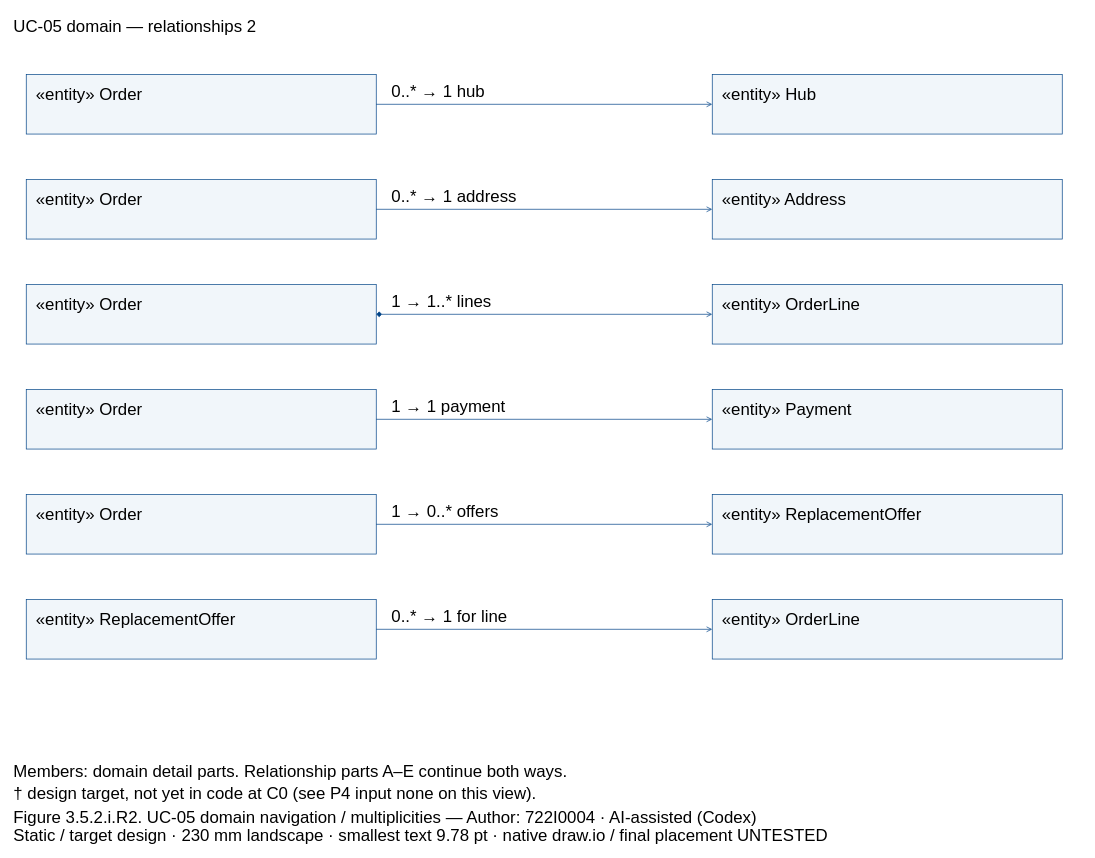
This is models/UC-05/dcd_uc05_domain_links_PartB.drawio from Dat071104/SaigonBite, a draw.io file, before an edit. Source tidied: cells renumbered, new cells numbered last; positions are measured from the earlier drawing's top-left corner, leaving out a move shared by most shapes. Both pictures are drawn from the tidied source at 70%, with x=0, y=0 at pixel (12, 12).
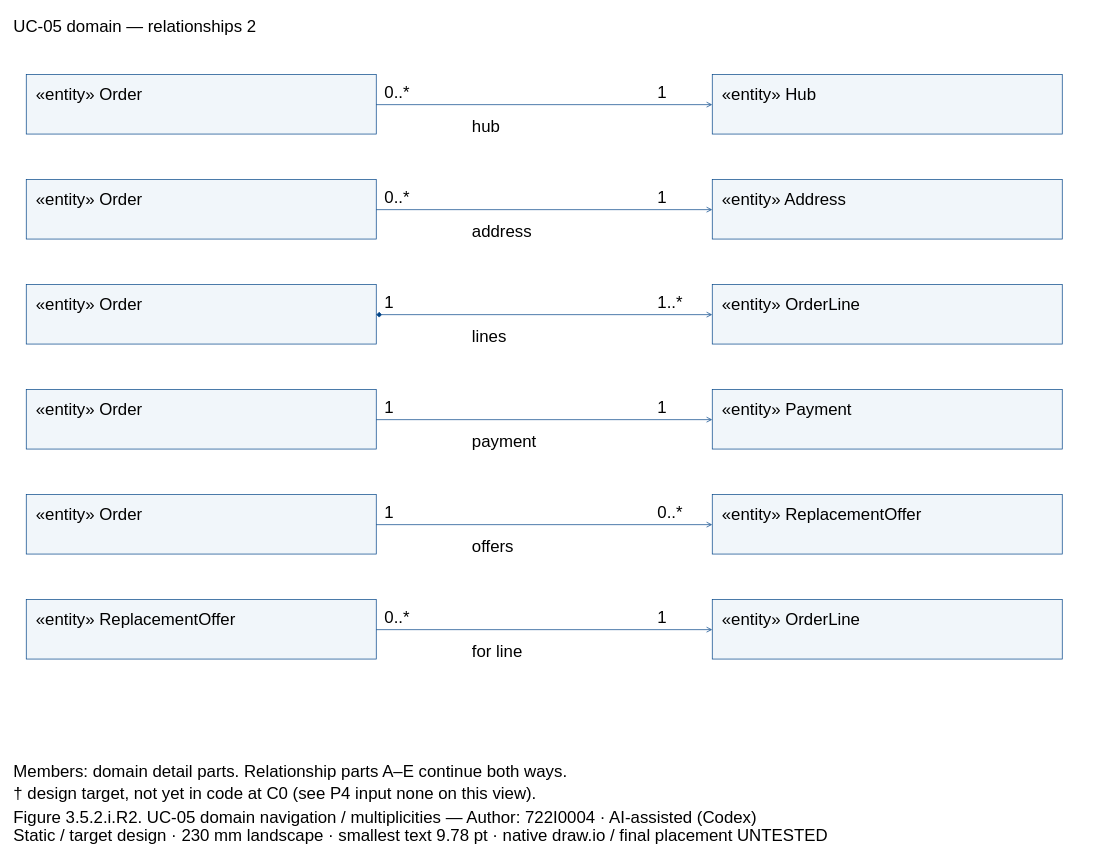
The same page after the edit.

The change refers to these unchanged cells:
```xml
<mxCell id="3" style="fillColor=#F1F6FA;strokeColor=#004387;fontFamily=Arial;fontSize=24;whiteSpace=wrap;html=0;" parent="1" vertex="1">
  <mxGeometry x="20" y="89" width="500" height="85" as="geometry" />
</mxCell>
<mxCell id="5" style="fillColor=#F1F6FA;strokeColor=#004387;fontFamily=Arial;fontSize=24;whiteSpace=wrap;html=0;" parent="1" vertex="1">
  <mxGeometry x="1000" y="89" width="500" height="85" as="geometry" />
</mxCell>
<mxCell id="7" style="fillColor=#F1F6FA;strokeColor=#004387;fontFamily=Arial;fontSize=24;whiteSpace=wrap;html=0;" parent="1" vertex="1">
  <mxGeometry x="20" y="239" width="500" height="85" as="geometry" />
</mxCell>
<mxCell id="9" style="fillColor=#F1F6FA;strokeColor=#004387;fontFamily=Arial;fontSize=24;whiteSpace=wrap;html=0;" parent="1" vertex="1">
  <mxGeometry x="1000" y="239" width="500" height="85" as="geometry" />
</mxCell>
<mxCell id="11" style="fillColor=#F1F6FA;strokeColor=#004387;fontFamily=Arial;fontSize=24;whiteSpace=wrap;html=0;" parent="1" vertex="1">
  <mxGeometry x="20" y="389" width="500" height="85" as="geometry" />
</mxCell>
<mxCell id="13" style="fillColor=#F1F6FA;strokeColor=#004387;fontFamily=Arial;fontSize=24;whiteSpace=wrap;html=0;" parent="1" vertex="1">
  <mxGeometry x="1000" y="389" width="500" height="85" as="geometry" />
</mxCell>
<mxCell id="15" style="fillColor=#F1F6FA;strokeColor=#004387;fontFamily=Arial;fontSize=24;whiteSpace=wrap;html=0;" parent="1" vertex="1">
  <mxGeometry x="20" y="539" width="500" height="85" as="geometry" />
</mxCell>
<mxCell id="17" style="fillColor=#F1F6FA;strokeColor=#004387;fontFamily=Arial;fontSize=24;whiteSpace=wrap;html=0;" parent="1" vertex="1">
  <mxGeometry x="1000" y="539" width="500" height="85" as="geometry" />
</mxCell>
<mxCell id="19" style="fillColor=#F1F6FA;strokeColor=#004387;fontFamily=Arial;fontSize=24;whiteSpace=wrap;html=0;" parent="1" vertex="1">
  <mxGeometry x="20" y="689" width="500" height="85" as="geometry" />
</mxCell>
<mxCell id="21" style="fillColor=#F1F6FA;strokeColor=#004387;fontFamily=Arial;fontSize=24;whiteSpace=wrap;html=0;" parent="1" vertex="1">
  <mxGeometry x="1000" y="689" width="500" height="85" as="geometry" />
</mxCell>
<mxCell id="23" style="fillColor=#F1F6FA;strokeColor=#004387;fontFamily=Arial;fontSize=24;whiteSpace=wrap;html=0;" parent="1" vertex="1">
  <mxGeometry x="20" y="839" width="500" height="85" as="geometry" />
</mxCell>
<mxCell id="25" style="fillColor=#F1F6FA;strokeColor=#004387;fontFamily=Arial;fontSize=24;whiteSpace=wrap;html=0;" parent="1" vertex="1">
  <mxGeometry x="1000" y="839" width="500" height="85" as="geometry" />
</mxCell>
```

What changed in the source:
```diff
@@
-    <mxCell id="27" style="edgeStyle=none;endArrow=open;strokeColor=#004387;" parent="1" edge="1" source="3" target="5">
+    <mxCell id="27" style="edgeStyle=none;endArrow=open;endFill=0;strokeColor=#004387;exitX=1.0;exitY=0.5058823529411764;exitPerimeter=0;entryX=0.0;entryY=0.5058823529411764;entryPerimeter=0;" parent="1" edge="1" source="3" target="5">
       <mxGeometry relative="1" as="geometry" />
     </mxCell>
-    <mxCell id="28" value="0..* → 1 hub" style="text;align=left;verticalAlign=top;strokeColor=none;fillColor=none;fontFamily=Arial;fontSize=24;whiteSpace=wrap;html=0;" parent="1" vertex="1">
-      <mxGeometry x="540" y="93" width="440" height="27.6" as="geometry" />
-    </mxCell>
+    <mxCell id="43" value="0..*" style="text;align=left;verticalAlign=top;strokeColor=none;fillColor=none;fontFamily=Arial;fontSize=24;whiteSpace=wrap;html=0;" parent="1" vertex="1">
+      <mxGeometry x="530" y="94" width="70" height="27.6" as="geometry" />
+    </mxCell>
+    <mxCell id="44" value="1" style="text;align=left;verticalAlign=top;strokeColor=none;fillColor=none;fontFamily=Arial;fontSize=24;whiteSpace=wrap;html=0;" parent="1" vertex="1">
+      <mxGeometry x="920" y="94" width="70" height="27.6" as="geometry" />
+    </mxCell>
+    <mxCell id="45" value="hub" style="text;align=left;verticalAlign=top;strokeColor=none;fillColor=none;fontFamily=Arial;fontSize=24;whiteSpace=wrap;html=0;" parent="1" vertex="1">
+      <mxGeometry x="655" y="142" width="330" height="27.6" as="geometry" />
+    </mxCell>
-    <mxCell id="29" style="edgeStyle=none;endArrow=open;strokeColor=#004387;" parent="1" edge="1" source="7" target="9">
+    <mxCell id="29" style="edgeStyle=none;endArrow=open;endFill=0;strokeColor=#004387;exitX=1.0;exitY=0.5058823529411764;exitPerimeter=0;entryX=0.0;entryY=0.5058823529411764;entryPerimeter=0;" parent="1" edge="1" source="7" target="9">
       <mxGeometry relative="1" as="geometry" />
     </mxCell>
-    <mxCell id="30" value="0..* → 1 address" style="text;align=left;verticalAlign=top;strokeColor=none;fillColor=none;fontFamily=Arial;fontSize=24;whiteSpace=wrap;html=0;" parent="1" vertex="1">
-      <mxGeometry x="540" y="243" width="440" height="27.6" as="geometry" />
-    </mxCell>
+    <mxCell id="46" value="0..*" style="text;align=left;verticalAlign=top;strokeColor=none;fillColor=none;fontFamily=Arial;fontSize=24;whiteSpace=wrap;html=0;" parent="1" vertex="1">
+      <mxGeometry x="530" y="244" width="70" height="27.6" as="geometry" />
+    </mxCell>
+    <mxCell id="47" value="1" style="text;align=left;verticalAlign=top;strokeColor=none;fillColor=none;fontFamily=Arial;fontSize=24;whiteSpace=wrap;html=0;" parent="1" vertex="1">
+      <mxGeometry x="920" y="244" width="70" height="27.6" as="geometry" />
+    </mxCell>
+    <mxCell id="48" value="address" style="text;align=left;verticalAlign=top;strokeColor=none;fillColor=none;fontFamily=Arial;fontSize=24;whiteSpace=wrap;html=0;" parent="1" vertex="1">
+      <mxGeometry x="655" y="292" width="330" height="27.6" as="geometry" />
+    </mxCell>
-    <mxCell id="31" style="edgeStyle=none;endArrow=open;startArrow=diamond;startFill=1;strokeColor=#004387;" parent="1" edge="1" source="11" target="13">
+    <mxCell id="31" style="edgeStyle=none;endArrow=open;endFill=0;startArrow=diamond;startFill=1;strokeColor=#004387;exitX=1.0;exitY=0.5058823529411764;exitPerimeter=0;entryX=0.0;entryY=0.5058823529411764;entryPerimeter=0;" parent="1" edge="1" source="11" target="13">
       <mxGeometry relative="1" as="geometry" />
     </mxCell>
-    <mxCell id="32" value="1 → 1..* lines" style="text;align=left;verticalAlign=top;strokeColor=none;fillColor=none;fontFamily=Arial;fontSize=24;whiteSpace=wrap;html=0;" parent="1" vertex="1">
-      <mxGeometry x="540" y="393" width="440" height="27.6" as="geometry" />
-    </mxCell>
+    <mxCell id="49" value="1" style="text;align=left;verticalAlign=top;strokeColor=none;fillColor=none;fontFamily=Arial;fontSize=24;whiteSpace=wrap;html=0;" parent="1" vertex="1">
+      <mxGeometry x="530" y="394" width="70" height="27.6" as="geometry" />
+    </mxCell>
+    <mxCell id="50" value="1..*" style="text;align=left;verticalAlign=top;strokeColor=none;fillColor=none;fontFamily=Arial;fontSize=24;whiteSpace=wrap;html=0;" parent="1" vertex="1">
+      <mxGeometry x="920" y="394" width="70" height="27.6" as="geometry" />
+    </mxCell>
+    <mxCell id="51" value="lines" style="text;align=left;verticalAlign=top;strokeColor=none;fillColor=none;fontFamily=Arial;fontSize=24;whiteSpace=wrap;html=0;" parent="1" vertex="1">
+      <mxGeometry x="655" y="442" width="330" height="27.6" as="geometry" />
+    </mxCell>
-    <mxCell id="33" style="edgeStyle=none;endArrow=open;strokeColor=#004387;" parent="1" edge="1" source="15" target="17">
+    <mxCell id="33" style="edgeStyle=none;endArrow=open;endFill=0;strokeColor=#004387;exitX=1.0;exitY=0.5058823529411764;exitPerimeter=0;entryX=0.0;entryY=0.5058823529411764;entryPerimeter=0;" parent="1" edge="1" source="15" target="17">
       <mxGeometry relative="1" as="geometry" />
     </mxCell>
-    <mxCell id="34" value="1 → 1 payment" style="text;align=left;verticalAlign=top;strokeColor=none;fillColor=none;fontFamily=Arial;fontSize=24;whiteSpace=wrap;html=0;" parent="1" vertex="1">
-      <mxGeometry x="540" y="543" width="440" height="27.6" as="geometry" />
-    </mxCell>
+    <mxCell id="52" value="1" style="text;align=left;verticalAlign=top;strokeColor=none;fillColor=none;fontFamily=Arial;fontSize=24;whiteSpace=wrap;html=0;" parent="1" vertex="1">
+      <mxGeometry x="530" y="544" width="70" height="27.6" as="geometry" />
+    </mxCell>
+    <mxCell id="53" value="1" style="text;align=left;verticalAlign=top;strokeColor=none;fillColor=none;fontFamily=Arial;fontSize=24;whiteSpace=wrap;html=0;" parent="1" vertex="1">
+      <mxGeometry x="920" y="544" width="70" height="27.6" as="geometry" />
+    </mxCell>
+    <mxCell id="54" value="payment" style="text;align=left;verticalAlign=top;strokeColor=none;fillColor=none;fontFamily=Arial;fontSize=24;whiteSpace=wrap;html=0;" parent="1" vertex="1">
+      <mxGeometry x="655" y="592" width="330" height="27.6" as="geometry" />
+    </mxCell>
-    <mxCell id="35" style="edgeStyle=none;endArrow=open;strokeColor=#004387;" parent="1" edge="1" source="19" target="21">
+    <mxCell id="35" style="edgeStyle=none;endArrow=open;endFill=0;strokeColor=#004387;exitX=1.0;exitY=0.5058823529411764;exitPerimeter=0;entryX=0.0;entryY=0.5058823529411764;entryPerimeter=0;" parent="1" edge="1" source="19" target="21">
       <mxGeometry relative="1" as="geometry" />
     </mxCell>
-    <mxCell id="36" value="1 → 0..* offers" style="text;align=left;verticalAlign=top;strokeColor=none;fillColor=none;fontFamily=Arial;fontSize=24;whiteSpace=wrap;html=0;" parent="1" vertex="1">
-      <mxGeometry x="540" y="693" width="440" height="27.6" as="geometry" />
-    </mxCell>
+    <mxCell id="55" value="1" style="text;align=left;verticalAlign=top;strokeColor=none;fillColor=none;fontFamily=Arial;fontSize=24;whiteSpace=wrap;html=0;" parent="1" vertex="1">
+      <mxGeometry x="530" y="694" width="70" height="27.6" as="geometry" />
+    </mxCell>
+    <mxCell id="56" value="0..*" style="text;align=left;verticalAlign=top;strokeColor=none;fillColor=none;fontFamily=Arial;fontSize=24;whiteSpace=wrap;html=0;" parent="1" vertex="1">
+      <mxGeometry x="920" y="694" width="70" height="27.6" as="geometry" />
+    </mxCell>
+    <mxCell id="57" value="offers" style="text;align=left;verticalAlign=top;strokeColor=none;fillColor=none;fontFamily=Arial;fontSize=24;whiteSpace=wrap;html=0;" parent="1" vertex="1">
+      <mxGeometry x="655" y="742" width="330" height="27.6" as="geometry" />
+    </mxCell>
-    <mxCell id="37" style="edgeStyle=none;endArrow=open;strokeColor=#004387;" parent="1" edge="1" source="23" target="25">
+    <mxCell id="37" style="edgeStyle=none;endArrow=open;endFill=0;strokeColor=#004387;exitX=1.0;exitY=0.5058823529411764;exitPerimeter=0;entryX=0.0;entryY=0.5058823529411764;entryPerimeter=0;" parent="1" edge="1" source="23" target="25">
       <mxGeometry relative="1" as="geometry" />
     </mxCell>
-    <mxCell id="38" value="0..* → 1 for line" style="text;align=left;verticalAlign=top;strokeColor=none;fillColor=none;fontFamily=Arial;fontSize=24;whiteSpace=wrap;html=0;" parent="1" vertex="1">
-      <mxGeometry x="540" y="843" width="440" height="27.6" as="geometry" />
-    </mxCell>
+    <mxCell id="58" value="0..*" style="text;align=left;verticalAlign=top;strokeColor=none;fillColor=none;fontFamily=Arial;fontSize=24;whiteSpace=wrap;html=0;" parent="1" vertex="1">
+      <mxGeometry x="530" y="844" width="70" height="27.6" as="geometry" />
+    </mxCell>
+    <mxCell id="59" value="1" style="text;align=left;verticalAlign=top;strokeColor=none;fillColor=none;fontFamily=Arial;fontSize=24;whiteSpace=wrap;html=0;" parent="1" vertex="1">
+      <mxGeometry x="920" y="844" width="70" height="27.6" as="geometry" />
+    </mxCell>
+    <mxCell id="60" value="for line" style="text;align=left;verticalAlign=top;strokeColor=none;fillColor=none;fontFamily=Arial;fontSize=24;whiteSpace=wrap;html=0;" parent="1" vertex="1">
+      <mxGeometry x="655" y="892" width="330" height="27.6" as="geometry" />
+    </mxCell>
```
